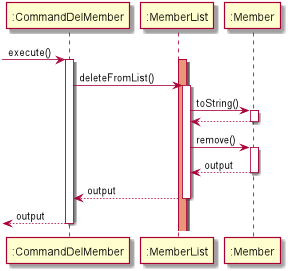
This is docs/hrDiagramPic/CommandDelMember.png from nus-cs2113-AY2021S1/tp, a PlantUML export, as it was before one commit.
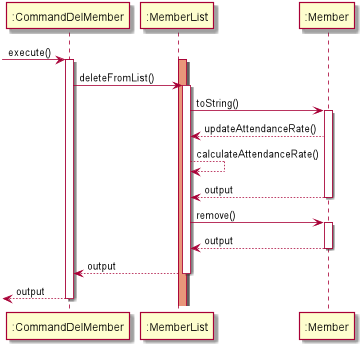
Later version of the same file.

What changed in the source:
```diff
@@ -8,7 +8,9 @@
 activate ":MemberList"
 ":MemberList" -> ":Member" : toString()
 activate ":Member"
-return
+":Member" --> ":MemberList" : updateAttendanceRate()
+":MemberList" --> ":MemberList" : calculateAttendanceRate()
+return output
 ":MemberList" -> ":Member": remove()
 activate ":Member"
 return output
```
